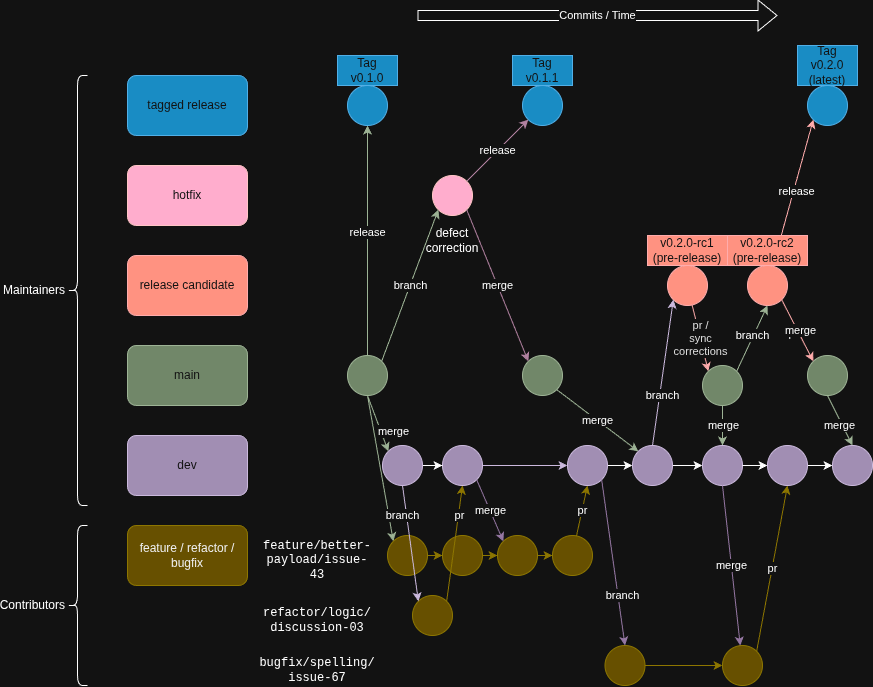
glossyio/traffic-monitor keeps this draw.io diagram as static/img/gitflow-trans-dark.drawio.png. Above is the earlier version. Source tidied: cells renumbered, new cells last; positions are measured from the earlier drawing's top-left corner, leaving out a move shared by most shapes.
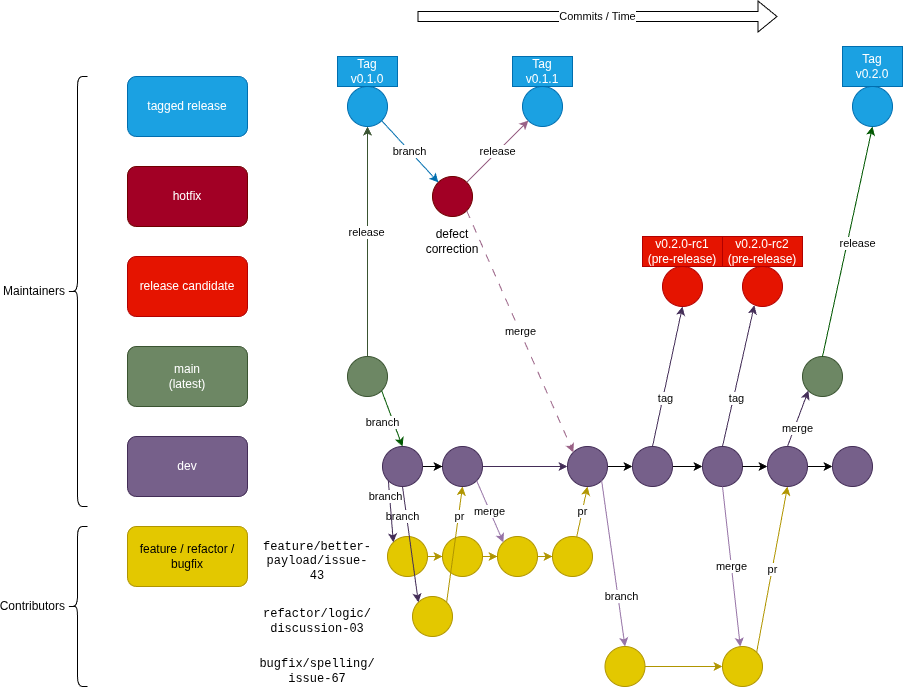
Above is the later version.

Change to the diagram source:
```diff
@@ -25,7 +25,7 @@
     <mxCell id="8" value="release candidate" style="rounded=1;whiteSpace=wrap;html=1;fillColor=#e51400;strokeColor=#B20000;fontColor=#ffffff;" parent="1" vertex="1">
       <mxGeometry x="60" y="240" width="120" height="60" as="geometry" />
     </mxCell>
-    <mxCell id="9" value="main" style="rounded=1;whiteSpace=wrap;html=1;fillColor=#6d8764;fontColor=#ffffff;strokeColor=#3A5431;" parent="1" vertex="1">
+    <mxCell id="9" value="main&lt;div&gt;(latest)&lt;/div&gt;" style="rounded=1;whiteSpace=wrap;html=1;fillColor=#6d8764;fontColor=#ffffff;strokeColor=#3A5431;" parent="1" vertex="1">
       <mxGeometry x="60" y="330" width="120" height="60" as="geometry" />
     </mxCell>
     <mxCell id="10" value="feature / refactor / bugfix" style="rounded=1;whiteSpace=wrap;html=1;fillColor=#e3c800;strokeColor=#B09500;fontColor=#000000;" parent="1" vertex="1">
@@ -34,17 +34,11 @@
     <mxCell id="11" style="ellipse;whiteSpace=wrap;html=1;fillColor=#a20025;fontColor=#ffffff;strokeColor=#6F0000;" parent="1" vertex="1">
       <mxGeometry x="365" y="160" width="40" height="40" as="geometry" />
     </mxCell>
-    <mxCell id="12" style="rounded=0;jettySize=auto;html=1;entryX=0;entryY=0;entryDx=0;entryDy=0;fillColor=#6d8764;strokeColor=#3A5431;exitX=0.5;exitY=1;exitDx=0;exitDy=0;" parent="1" edge="1" source="13" target="17">
-      <mxGeometry relative="1" as="geometry" />
-    </mxCell>
     <mxCell id="13" style="ellipse;whiteSpace=wrap;html=1;fillColor=#6d8764;fontColor=#ffffff;strokeColor=#3A5431;" parent="1" vertex="1">
       <mxGeometry x="280" y="340" width="40" height="40" as="geometry" />
     </mxCell>
-    <mxCell id="14" style="ellipse;whiteSpace=wrap;html=1;fillColor=#6d8764;fontColor=#ffffff;strokeColor=#3A5431;" parent="1" vertex="1">
-      <mxGeometry x="455" y="340" width="40" height="40" as="geometry" />
-    </mxCell>
     <mxCell id="15" style="ellipse;whiteSpace=wrap;html=1;fillColor=#6d8764;fontColor=#ffffff;strokeColor=#3A5431;" parent="1" vertex="1">
-      <mxGeometry x="740" y="340" width="40" height="40" as="geometry" />
+      <mxGeometry x="735" y="340" width="40" height="40" as="geometry" />
     </mxCell>
     <mxCell id="16" style="edgeStyle=orthogonalEdgeStyle;rounded=0;jettySize=auto;html=1;entryX=0;entryY=0.5;entryDx=0;entryDy=0;fillColor=#e3c800;strokeColor=#B09500;" parent="1" edge="1" source="17" target="19">
       <mxGeometry relative="1" as="geometry" />
@@ -59,29 +53,16 @@
       <mxGeometry x="375" y="520" width="40" height="40" as="geometry" />
     </mxCell>
     <mxCell id="20" style="ellipse;whiteSpace=wrap;html=1;fillColor=#1ba1e2;fontColor=#ffffff;strokeColor=#006EAF;" parent="1" vertex="1">
-      <mxGeometry x="740" y="70" width="40" height="40" as="geometry" />
+      <mxGeometry x="785" y="70" width="40" height="40" as="geometry" />
     </mxCell>
-    <mxCell id="21" style="rounded=0;jettySize=auto;html=1;entryX=0.5;entryY=0;entryDx=0;entryDy=0;fillColor=#6d8764;strokeColor=#3A5431;" parent="1" edge="1" target="62">
-      <mxGeometry x="-1" y="-72" relative="1" as="geometry">
-        <mxPoint x="655" y="390" as="sourcePoint" />
-        <mxPoint x="54" y="-73" as="offset" />
-      </mxGeometry>
-    </mxCell>
-    <mxCell id="22" value="merge" style="edgeLabel;html=1;align=center;verticalAlign=middle;" parent="21" vertex="1">
-      <mxGeometry x="0.14" y="-3" relative="1" as="geometry">
-        <mxPoint x="3" y="-3" as="offset" />
-      </mxGeometry>
-    </mxCell>
     <mxCell id="23" style="ellipse;whiteSpace=wrap;html=1;fillColor=#e51400;strokeColor=#B20000;fontColor=#ffffff;" parent="1" vertex="1">
-      <mxGeometry x="600" y="250" width="40" height="40" as="geometry" />
+      <mxGeometry x="595" y="250" width="40" height="40" as="geometry" />
     </mxCell>
-    <mxCell id="24" value="release" style="rounded=0;jettySize=auto;html=1;entryX=0;entryY=1;entryDx=0;entryDy=0;fillColor=#e51400;strokeColor=#B20000;" parent="1" edge="1" source="25" target="20">
-      <mxGeometry x="0.04" y="-4" relative="1" as="geometry">
-        <mxPoint x="-1" as="offset" />
-      </mxGeometry>
+    <mxCell id="24" value="release" style="rounded=0;jettySize=auto;html=1;entryX=0.5;entryY=1;entryDx=0;entryDy=0;fillColor=#008a00;strokeColor=#005700;exitX=0.5;exitY=0;exitDx=0;exitDy=0;" parent="1" edge="1" source="15" target="20">
+      <mxGeometry y="-10" relative="1" as="geometry" />
     </mxCell>
     <mxCell id="25" style="ellipse;whiteSpace=wrap;html=1;fillColor=#e51400;strokeColor=#B20000;fontColor=#ffffff;" parent="1" vertex="1">
-      <mxGeometry x="680" y="250" width="40" height="40" as="geometry" />
+      <mxGeometry x="675" y="250" width="40" height="40" as="geometry" />
     </mxCell>
     <mxCell id="26" style="edgeStyle=orthogonalEdgeStyle;rounded=0;jettySize=auto;html=1;entryX=0;entryY=0.5;entryDx=0;entryDy=0;fillColor=#e3c800;strokeColor=#B09500;" parent="1" edge="1" source="27" target="28">
       <mxGeometry relative="1" as="geometry" />
@@ -104,14 +85,14 @@
     <mxCell id="31" value="&lt;div&gt;Tag&lt;/div&gt;v0.1.1" style="text;html=1;align=center;verticalAlign=middle;whiteSpace=wrap;rounded=0;fillColor=#1ba1e2;fontColor=#ffffff;strokeColor=#006EAF;" parent="1" vertex="1">
       <mxGeometry x="445" y="40" width="60" height="30" as="geometry" />
     </mxCell>
-    <mxCell id="32" value="&lt;div&gt;Tag&lt;/div&gt;v0.2.0&lt;br&gt;(latest)" style="text;html=1;align=center;verticalAlign=middle;whiteSpace=wrap;rounded=0;fillColor=#1ba1e2;fontColor=#ffffff;strokeColor=#006EAF;" parent="1" vertex="1">
-      <mxGeometry x="730" y="30" width="60" height="40" as="geometry" />
+    <mxCell id="32" value="&lt;div&gt;Tag&lt;/div&gt;v0.2.0" style="text;html=1;align=center;verticalAlign=middle;whiteSpace=wrap;rounded=0;fillColor=#1ba1e2;fontColor=#ffffff;strokeColor=#006EAF;" parent="1" vertex="1">
+      <mxGeometry x="775" y="30" width="60" height="40" as="geometry" />
     </mxCell>
     <mxCell id="33" value="v0.2.0-rc1&lt;br&gt;(pre-release)" style="text;html=1;align=center;verticalAlign=middle;whiteSpace=wrap;rounded=0;fillColor=#e51400;fontColor=#ffffff;strokeColor=#B20000;" parent="1" vertex="1">
-      <mxGeometry x="580" y="220" width="80" height="30" as="geometry" />
+      <mxGeometry x="575" y="220" width="80" height="30" as="geometry" />
     </mxCell>
     <mxCell id="34" value="v0.2.0-rc2&lt;div&gt;(pre-release)&lt;/div&gt;" style="text;html=1;align=center;verticalAlign=middle;whiteSpace=wrap;rounded=0;fillColor=#e51400;fontColor=#ffffff;strokeColor=#B20000;" parent="1" vertex="1">
-      <mxGeometry x="660" y="220" width="80" height="30" as="geometry" />
+      <mxGeometry x="655" y="220" width="80" height="30" as="geometry" />
     </mxCell>
     <mxCell id="35" style="ellipse;whiteSpace=wrap;html=1;fillColor=#e3c800;strokeColor=#B09500;fontColor=#000000;" parent="1" vertex="1">
       <mxGeometry x="345" y="580" width="40" height="40" as="geometry" />
@@ -143,9 +124,6 @@
     <mxCell id="44" value="&lt;div&gt;defect correction&lt;/div&gt;" style="text;html=1;align=center;verticalAlign=middle;whiteSpace=wrap;rounded=0;labelBackgroundColor=default;" parent="1" vertex="1">
       <mxGeometry x="355" y="210" width="60" height="30" as="geometry" />
     </mxCell>
-    <mxCell id="45" value="branch" style="rounded=0;jettySize=auto;html=1;entryX=0.5;entryY=1;entryDx=0;entryDy=0;fillColor=#6d8764;strokeColor=#3A5431;exitX=1;exitY=0;exitDx=0;exitDy=0;" parent="1" edge="1" source="71" target="25">
-      <mxGeometry x="0.08" y="1" relative="1" as="geometry" />
-    </mxCell>
     <mxCell id="46" value="feature/better-payload/issue-43" style="text;html=1;align=center;verticalAlign=middle;whiteSpace=wrap;rounded=0;fontFamily=Courier New;labelBackgroundColor=default;" parent="1" vertex="1">
       <mxGeometry x="220" y="530" width="60" height="30" as="geometry" />
     </mxCell>
@@ -164,11 +142,6 @@
     <mxCell id="51" style="ellipse;whiteSpace=wrap;html=1;fillColor=#76608a;fontColor=#ffffff;strokeColor=#432D57;" parent="1" vertex="1">
       <mxGeometry x="375" y="430" width="40" height="40" as="geometry" />
     </mxCell>
-    <mxCell id="52" value="merge" style="rounded=0;jettySize=auto;html=1;entryX=0;entryY=0;entryDx=0;entryDy=0;fillColor=#6d8764;strokeColor=#3A5431;exitX=0.5;exitY=1;exitDx=0;exitDy=0;" parent="1" edge="1" source="13" target="68">
-      <mxGeometry x="0.46" y="11" relative="1" as="geometry">
-        <mxPoint y="-1" as="offset" />
-      </mxGeometry>
-    </mxCell>
     <mxCell id="53" value="pr" style="rounded=0;jettySize=auto;html=1;entryX=0.5;entryY=1;entryDx=0;entryDy=0;fillColor=#e3c800;strokeColor=#B09500;" parent="1" edge="1" source="28" target="55">
       <mxGeometry relative="1" as="geometry" />
     </mxCell>
@@ -178,13 +151,10 @@
     <mxCell id="55" style="ellipse;whiteSpace=wrap;html=1;fillColor=#76608a;fontColor=#ffffff;strokeColor=#432D57;" parent="1" vertex="1">
       <mxGeometry x="500" y="430" width="40" height="40" as="geometry" />
     </mxCell>
-    <mxCell id="56" value="merge" style="rounded=0;jettySize=auto;html=1;fillColor=#6d8764;strokeColor=#3A5431;exitX=1;exitY=1;exitDx=0;exitDy=0;entryX=0;entryY=0;entryDx=0;entryDy=0;" parent="1" edge="1" source="14" target="60">
-      <mxGeometry relative="1" as="geometry" />
-    </mxCell>
-    <mxCell id="57" value="branch" style="rounded=0;jettySize=auto;html=1;entryX=0;entryY=1;entryDx=0;entryDy=0;fillColor=#6d8764;strokeColor=#3A5431;exitX=1;exitY=0;exitDx=0;exitDy=0;" parent="1" edge="1" source="13" target="11">
+    <mxCell id="57" value="branch" style="rounded=0;jettySize=auto;html=1;entryX=0;entryY=0;entryDx=0;entryDy=0;fillColor=#1ba1e2;strokeColor=#006EAF;exitX=1;exitY=1;exitDx=0;exitDy=0;" parent="1" edge="1" source="4" target="11">
       <mxGeometry relative="1" as="geometry" />
     </mxCell>
-    <mxCell id="58" value="merge" style="rounded=0;jettySize=auto;html=1;entryX=0;entryY=0;entryDx=0;entryDy=0;fillColor=#e6d0de;strokeColor=#996185;exitX=1;exitY=1;exitDx=0;exitDy=0;gradientColor=#d5739d;" parent="1" edge="1" source="11" target="14">
+    <mxCell id="58" value="merge" style="rounded=0;jettySize=auto;html=1;entryX=0;entryY=0;entryDx=0;entryDy=0;fillColor=#e6d0de;strokeColor=#996185;exitX=1;exitY=1;exitDx=0;exitDy=0;gradientColor=#d5739d;dashed=1;dashPattern=8 8;" parent="1" edge="1" source="11" target="55">
       <mxGeometry relative="1" as="geometry" />
     </mxCell>
     <mxCell id="59" style="edgeStyle=orthogonalEdgeStyle;rounded=0;jettySize=auto;html=1;entryX=0;entryY=0.5;entryDx=0;entryDy=0;" parent="1" edge="1" source="60" target="62">
@@ -205,7 +175,7 @@
     <mxCell id="64" value="merge" style="rounded=0;jettySize=auto;html=1;exitX=0.5;exitY=1;exitDx=0;exitDy=0;fillColor=#e1d5e7;strokeColor=#9673a6;" parent="1" edge="1" source="62" target="39">
       <mxGeometry relative="1" as="geometry" />
     </mxCell>
-    <mxCell id="65" value="branch" style="rounded=0;jettySize=auto;html=1;entryX=0;entryY=1;entryDx=0;entryDy=0;fillColor=#76608a;strokeColor=#432D57;exitX=0.5;exitY=0;exitDx=0;exitDy=0;" parent="1" edge="1" source="60" target="23">
+    <mxCell id="65" value="tag" style="rounded=0;jettySize=auto;html=1;entryX=0.5;entryY=1;entryDx=0;entryDy=0;fillColor=#76608a;strokeColor=#432D57;exitX=0.5;exitY=0;exitDx=0;exitDy=0;" parent="1" edge="1" source="60" target="23">
       <mxGeometry x="-0.31" y="-3" relative="1" as="geometry" />
     </mxCell>
     <mxCell id="66" value="merge" style="rounded=0;jettySize=auto;html=1;exitX=1;exitY=1;exitDx=0;exitDy=0;fillColor=#e1d5e7;strokeColor=#9673a6;entryX=0;entryY=0;entryDx=0;entryDy=0;" parent="1" edge="1" source="51" target="27">
@@ -220,36 +190,26 @@
     <mxCell id="69" style="ellipse;whiteSpace=wrap;html=1;fillColor=#76608a;fontColor=#ffffff;strokeColor=#432D57;" parent="1" vertex="1">
       <mxGeometry x="765" y="430" width="40" height="40" as="geometry" />
     </mxCell>
-    <mxCell id="70" value="&lt;div&gt;&lt;font color=&quot;#121212&quot;&gt;&lt;span&gt;pr /&lt;/span&gt;&lt;/font&gt;&lt;/div&gt;&lt;div&gt;&lt;font color=&quot;#121212&quot;&gt;&lt;span&gt;sync&lt;/span&gt;&lt;/font&gt;&lt;/div&gt;&lt;div&gt;&lt;font color=&quot;#121212&quot;&gt;&lt;span&gt;corrections&lt;/span&gt;&lt;/font&gt;&lt;/div&gt;" style="rounded=0;jettySize=auto;html=1;entryX=0;entryY=0;entryDx=0;entryDy=0;fillColor=#e51400;strokeColor=#B20000;" parent="1" edge="1" source="23" target="71">
-      <mxGeometry relative="1" as="geometry" />
-    </mxCell>
-    <mxCell id="71" style="ellipse;whiteSpace=wrap;html=1;fillColor=#6d8764;fontColor=#ffffff;strokeColor=#3A5431;" parent="1" vertex="1">
-      <mxGeometry x="635" y="350" width="40" height="40" as="geometry" />
-    </mxCell>
     <mxCell id="72" style="edgeStyle=orthogonalEdgeStyle;rounded=0;jettySize=auto;html=1;" parent="1" edge="1" source="62" target="73">
       <mxGeometry relative="1" as="geometry" />
     </mxCell>
     <mxCell id="73" style="ellipse;whiteSpace=wrap;html=1;fillColor=#76608a;fontColor=#ffffff;strokeColor=#432D57;" parent="1" vertex="1">
       <mxGeometry x="700" y="430" width="40" height="40" as="geometry" />
     </mxCell>
-    <mxCell id="74" style="rounded=0;jettySize=auto;html=1;entryX=0.5;entryY=0;entryDx=0;entryDy=0;fillColor=#6d8764;strokeColor=#3A5431;exitX=0.5;exitY=1;exitDx=0;exitDy=0;" parent="1" edge="1" source="15" target="69">
-      <mxGeometry x="-1" y="-72" relative="1" as="geometry">
-        <mxPoint x="54" y="-73" as="offset" />
-      </mxGeometry>
-    </mxCell>
-    <mxCell id="75" value="merge" style="edgeLabel;html=1;align=center;verticalAlign=middle;" parent="74" vertex="1">
-      <mxGeometry x="0.14" y="-3" relative="1" as="geometry" />
-    </mxCell>
-    <mxCell id="76" value="pr" style="rounded=0;jettySize=auto;html=1;entryX=0;entryY=0;entryDx=0;entryDy=0;fillColor=#e51400;strokeColor=#B20000;exitX=1;exitY=1;exitDx=0;exitDy=0;" parent="1" edge="1" source="25" target="15">
-      <mxGeometry x="0.04" y="-4" relative="1" as="geometry">
-        <mxPoint x="-1" as="offset" />
-      </mxGeometry>
-    </mxCell>
-    <mxCell id="77" value="merge" style="edgeLabel;html=1;align=center;verticalAlign=middle;" parent="76" vertex="1">
-      <mxGeometry x="0.03" y="2" relative="1" as="geometry" />
-    </mxCell>
     <mxCell id="78" value="release" style="rounded=0;jettySize=auto;html=1;entryX=0;entryY=1;entryDx=0;entryDy=0;fillColor=#e6d0de;strokeColor=#996185;exitX=1;exitY=0;exitDx=0;exitDy=0;gradientColor=#d5739d;" parent="1" edge="1" source="11" target="5">
       <mxGeometry relative="1" as="geometry" />
     </mxCell>
+    <mxCell id="79" value="tag" style="rounded=0;jettySize=auto;html=1;entryX=0.296;entryY=0.97;entryDx=0;entryDy=0;fillColor=#76608a;strokeColor=#432D57;exitX=0.5;exitY=0;exitDx=0;exitDy=0;entryPerimeter=0;" parent="1" edge="1" source="62" target="25">
+      <mxGeometry x="-0.31" y="-3" relative="1" as="geometry" />
+    </mxCell>
+    <mxCell id="80" value="merge" style="rounded=0;jettySize=auto;html=1;entryX=0;entryY=1;entryDx=0;entryDy=0;fillColor=#76608a;strokeColor=#432D57;exitX=0.5;exitY=0;exitDx=0;exitDy=0;" parent="1" edge="1" source="73" target="15">
+      <mxGeometry x="-0.31" y="-3" relative="1" as="geometry" />
+    </mxCell>
+    <mxCell id="81" value="branch" style="rounded=0;jettySize=auto;html=1;entryX=0;entryY=0;entryDx=0;entryDy=0;exitX=0;exitY=1;exitDx=0;exitDy=0;fillColor=#76608a;strokeColor=#432D57;" parent="1" edge="1" source="68" target="17">
+      <mxGeometry x="-0.49" y="-4" relative="1" as="geometry" />
+    </mxCell>
+    <mxCell id="52" value="branch" style="rounded=0;jettySize=auto;html=1;entryX=0.5;entryY=0;entryDx=0;entryDy=0;fillColor=#008a00;strokeColor=#005700;exitX=1;exitY=1;exitDx=0;exitDy=0;" parent="1" edge="1" source="13" target="68">
+      <mxGeometry x="0.01" y="-10" relative="1" as="geometry" />
+    </mxCell>
   </root>
 </mxGraphModel>
```
